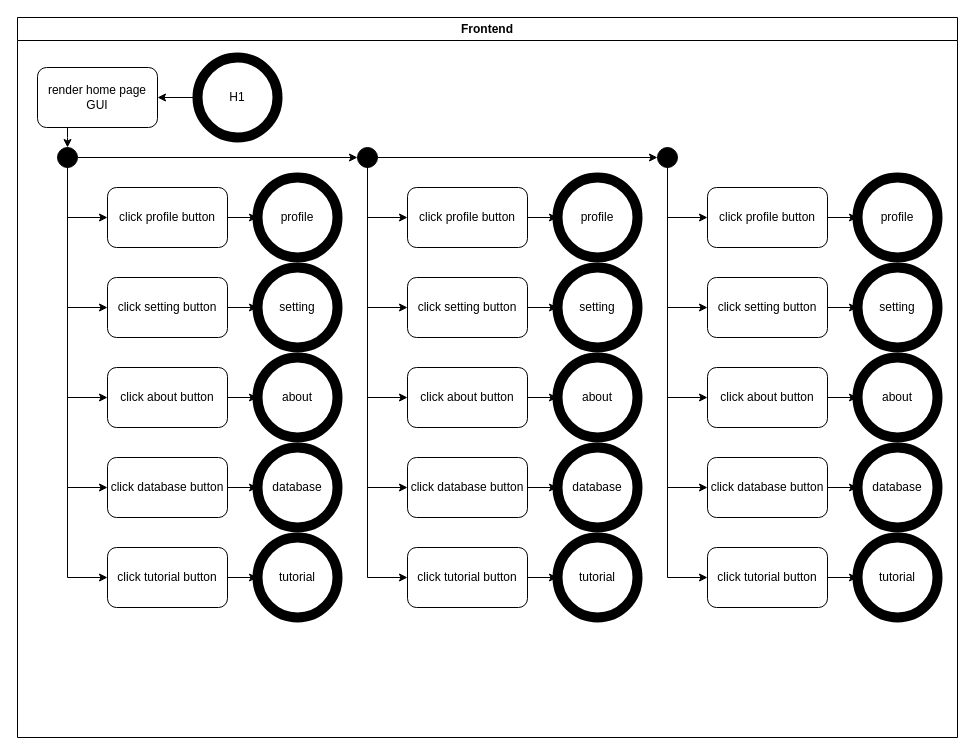
ssszZ-TH/party_fullstack_docker3 keeps this draw.io diagram as page "home 2" (5 of 8) of docs/artifact/ActivityDiagram/activity_diagram.drawio. Above is the earlier version. Source tidied: cells renumbered, new cells numbered last; positions are measured from the earlier drawing's top-left corner, leaving out a move shared by most shapes. Both pictures are drawn from the tidied source at 100%, with x=0, y=0 at pixel (17, 17).
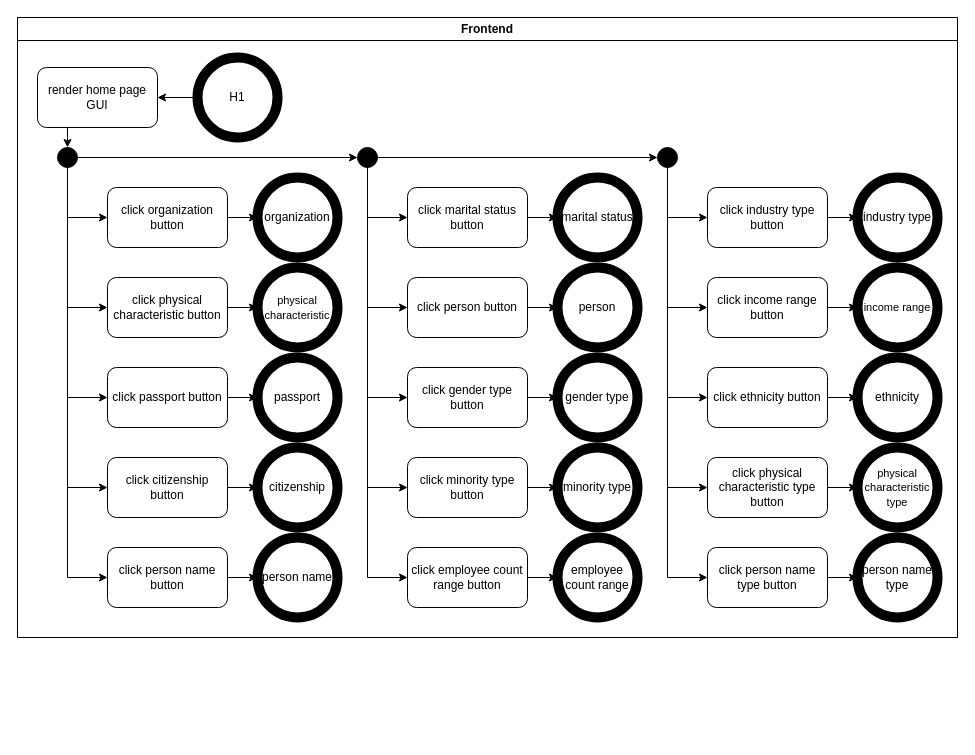
The same diagram, later.

Change to the diagram source:
```diff
@@
     <mxCell id="2" value="Frontend" style="swimlane;whiteSpace=wrap;html=1;" parent="1" vertex="1">
-      <mxGeometry width="940" height="720" as="geometry" />
+      <mxGeometry width="940" height="620" as="geometry" />
     </mxCell>
@@
-    <mxCell id="6" value="click profile button" style="rounded=1;whiteSpace=wrap;html=1;" parent="2" vertex="1">
+    <mxCell id="6" value="click organization button" style="rounded=1;whiteSpace=wrap;html=1;" parent="2" vertex="1">
       <mxGeometry x="90" y="170" width="120" height="60" as="geometry" />
     </mxCell>
@@
-    <mxCell id="8" value="click setting button" style="rounded=1;whiteSpace=wrap;html=1;" parent="2" vertex="1">
+    <mxCell id="8" value="click physical characteristic button" style="rounded=1;whiteSpace=wrap;html=1;" parent="2" vertex="1">
       <mxGeometry x="90" y="260" width="120" height="60" as="geometry" />
     </mxCell>
@@
-    <mxCell id="10" value="click about button" style="rounded=1;whiteSpace=wrap;html=1;" parent="2" vertex="1">
+    <mxCell id="10" value="click passport button" style="rounded=1;whiteSpace=wrap;html=1;" parent="2" vertex="1">
       <mxGeometry x="90" y="350" width="120" height="60" as="geometry" />
     </mxCell>
@@
-    <mxCell id="12" value="click database button" style="rounded=1;whiteSpace=wrap;html=1;" parent="2" vertex="1">
+    <mxCell id="12" value="click citizenship button" style="rounded=1;whiteSpace=wrap;html=1;" parent="2" vertex="1">
       <mxGeometry x="90" y="440" width="120" height="60" as="geometry" />
     </mxCell>
-    <mxCell id="13" value="profile" style="ellipse;whiteSpace=wrap;html=1;strokeWidth=10;" parent="2" vertex="1">
+    <mxCell id="13" value="organization" style="ellipse;whiteSpace=wrap;html=1;strokeWidth=10;" parent="2" vertex="1">
       <mxGeometry x="240" y="160" width="80" height="80" as="geometry" />
     </mxCell>
-    <mxCell id="14" value="setting" style="ellipse;whiteSpace=wrap;html=1;strokeWidth=10;" parent="2" vertex="1">
+    <mxCell id="14" value="&lt;font style=&quot;font-size: 11px;&quot;&gt;physical characteristic&lt;/font&gt;" style="ellipse;whiteSpace=wrap;html=1;strokeWidth=10;" parent="2" vertex="1">
       <mxGeometry x="240" y="250" width="80" height="80" as="geometry" />
     </mxCell>
-    <mxCell id="15" value="about" style="ellipse;whiteSpace=wrap;html=1;strokeWidth=10;" parent="2" vertex="1">
+    <mxCell id="15" value="passport" style="ellipse;whiteSpace=wrap;html=1;strokeWidth=10;" parent="2" vertex="1">
       <mxGeometry x="240" y="340" width="80" height="80" as="geometry" />
     </mxCell>
-    <mxCell id="16" value="database" style="ellipse;whiteSpace=wrap;html=1;strokeWidth=10;" parent="2" vertex="1">
+    <mxCell id="16" value="citizenship" style="ellipse;whiteSpace=wrap;html=1;strokeWidth=10;" parent="2" vertex="1">
       <mxGeometry x="240" y="430" width="80" height="80" as="geometry" />
     </mxCell>
@@
-    <mxCell id="18" value="click tutorial button" style="rounded=1;whiteSpace=wrap;html=1;" parent="2" vertex="1">
+    <mxCell id="18" value="click person name button" style="rounded=1;whiteSpace=wrap;html=1;" parent="2" vertex="1">
       <mxGeometry x="90" y="530" width="120" height="60" as="geometry" />
     </mxCell>
-    <mxCell id="19" value="tutorial" style="ellipse;whiteSpace=wrap;html=1;strokeWidth=10;" parent="2" vertex="1">
+    <mxCell id="19" value="person name" style="ellipse;whiteSpace=wrap;html=1;strokeWidth=10;" parent="2" vertex="1">
       <mxGeometry x="240" y="520" width="80" height="80" as="geometry" />
     </mxCell>
@@
-    <mxCell id="30" value="click profile button" style="rounded=1;whiteSpace=wrap;html=1;" parent="2" vertex="1">
+    <mxCell id="30" value="click marital status button" style="rounded=1;whiteSpace=wrap;html=1;" parent="2" vertex="1">
       <mxGeometry x="390" y="170" width="120" height="60" as="geometry" />
     </mxCell>
@@
-    <mxCell id="32" value="click setting button" style="rounded=1;whiteSpace=wrap;html=1;" parent="2" vertex="1">
+    <mxCell id="32" value="click person button" style="rounded=1;whiteSpace=wrap;html=1;" parent="2" vertex="1">
       <mxGeometry x="390" y="260" width="120" height="60" as="geometry" />
     </mxCell>
@@
-    <mxCell id="34" value="click about button" style="rounded=1;whiteSpace=wrap;html=1;" parent="2" vertex="1">
+    <mxCell id="34" value="click gender type button" style="rounded=1;whiteSpace=wrap;html=1;" parent="2" vertex="1">
       <mxGeometry x="390" y="350" width="120" height="60" as="geometry" />
     </mxCell>
@@
-    <mxCell id="36" value="click database button" style="rounded=1;whiteSpace=wrap;html=1;" parent="2" vertex="1">
+    <mxCell id="36" value="click minority type button" style="rounded=1;whiteSpace=wrap;html=1;" parent="2" vertex="1">
       <mxGeometry x="390" y="440" width="120" height="60" as="geometry" />
     </mxCell>
-    <mxCell id="37" value="profile" style="ellipse;whiteSpace=wrap;html=1;strokeWidth=10;" parent="2" vertex="1">
+    <mxCell id="37" value="marital status" style="ellipse;whiteSpace=wrap;html=1;strokeWidth=10;" parent="2" vertex="1">
       <mxGeometry x="540" y="160" width="80" height="80" as="geometry" />
     </mxCell>
-    <mxCell id="38" value="setting" style="ellipse;whiteSpace=wrap;html=1;strokeWidth=10;" parent="2" vertex="1">
+    <mxCell id="38" value="person" style="ellipse;whiteSpace=wrap;html=1;strokeWidth=10;" parent="2" vertex="1">
       <mxGeometry x="540" y="250" width="80" height="80" as="geometry" />
     </mxCell>
-    <mxCell id="39" value="about" style="ellipse;whiteSpace=wrap;html=1;strokeWidth=10;" parent="2" vertex="1">
+    <mxCell id="39" value="gender type" style="ellipse;whiteSpace=wrap;html=1;strokeWidth=10;" parent="2" vertex="1">
       <mxGeometry x="540" y="340" width="80" height="80" as="geometry" />
     </mxCell>
-    <mxCell id="40" value="database" style="ellipse;whiteSpace=wrap;html=1;strokeWidth=10;" parent="2" vertex="1">
+    <mxCell id="40" value="minority type" style="ellipse;whiteSpace=wrap;html=1;strokeWidth=10;" parent="2" vertex="1">
       <mxGeometry x="540" y="430" width="80" height="80" as="geometry" />
     </mxCell>
@@
-    <mxCell id="42" value="click tutorial button" style="rounded=1;whiteSpace=wrap;html=1;" parent="2" vertex="1">
+    <mxCell id="42" value="click employee count range button" style="rounded=1;whiteSpace=wrap;html=1;" parent="2" vertex="1">
       <mxGeometry x="390" y="530" width="120" height="60" as="geometry" />
     </mxCell>
-    <mxCell id="43" value="tutorial" style="ellipse;whiteSpace=wrap;html=1;strokeWidth=10;" parent="2" vertex="1">
+    <mxCell id="43" value="employee count range" style="ellipse;whiteSpace=wrap;html=1;strokeWidth=10;" parent="2" vertex="1">
       <mxGeometry x="540" y="520" width="80" height="80" as="geometry" />
     </mxCell>
@@
-    <mxCell id="52" value="click profile button" style="rounded=1;whiteSpace=wrap;html=1;" parent="2" vertex="1">
+    <mxCell id="52" value="click industry type button" style="rounded=1;whiteSpace=wrap;html=1;" parent="2" vertex="1">
       <mxGeometry x="690" y="170" width="120" height="60" as="geometry" />
     </mxCell>
@@
-    <mxCell id="54" value="click setting button" style="rounded=1;whiteSpace=wrap;html=1;" parent="2" vertex="1">
+    <mxCell id="54" value="click income range button" style="rounded=1;whiteSpace=wrap;html=1;" parent="2" vertex="1">
       <mxGeometry x="690" y="260" width="120" height="60" as="geometry" />
     </mxCell>
@@
-    <mxCell id="56" value="click about button" style="rounded=1;whiteSpace=wrap;html=1;" parent="2" vertex="1">
+    <mxCell id="56" value="click ethnicity button" style="rounded=1;whiteSpace=wrap;html=1;" parent="2" vertex="1">
       <mxGeometry x="690" y="350" width="120" height="60" as="geometry" />
     </mxCell>
@@
-    <mxCell id="58" value="click database button" style="rounded=1;whiteSpace=wrap;html=1;" parent="2" vertex="1">
+    <mxCell id="58" value="click physical characteristic type button" style="rounded=1;whiteSpace=wrap;html=1;" parent="2" vertex="1">
       <mxGeometry x="690" y="440" width="120" height="60" as="geometry" />
     </mxCell>
-    <mxCell id="59" value="profile" style="ellipse;whiteSpace=wrap;html=1;strokeWidth=10;" parent="2" vertex="1">
+    <mxCell id="59" value="industry type" style="ellipse;whiteSpace=wrap;html=1;strokeWidth=10;" parent="2" vertex="1">
       <mxGeometry x="840" y="160" width="80" height="80" as="geometry" />
     </mxCell>
-    <mxCell id="60" value="setting" style="ellipse;whiteSpace=wrap;html=1;strokeWidth=10;" parent="2" vertex="1">
+    <mxCell id="60" value="&lt;font style=&quot;font-size: 11px;&quot;&gt;income range&lt;/font&gt;" style="ellipse;whiteSpace=wrap;html=1;strokeWidth=10;" parent="2" vertex="1">
       <mxGeometry x="840" y="250" width="80" height="80" as="geometry" />
     </mxCell>
-    <mxCell id="61" value="about" style="ellipse;whiteSpace=wrap;html=1;strokeWidth=10;" parent="2" vertex="1">
+    <mxCell id="61" value="ethnicity" style="ellipse;whiteSpace=wrap;html=1;strokeWidth=10;" parent="2" vertex="1">
       <mxGeometry x="840" y="340" width="80" height="80" as="geometry" />
     </mxCell>
-    <mxCell id="62" value="database" style="ellipse;whiteSpace=wrap;html=1;strokeWidth=10;" parent="2" vertex="1">
+    <mxCell id="62" value="&lt;font style=&quot;font-size: 11px;&quot;&gt;physical characteristic type&lt;/font&gt;" style="ellipse;whiteSpace=wrap;html=1;strokeWidth=10;" parent="2" vertex="1">
       <mxGeometry x="840" y="430" width="80" height="80" as="geometry" />
     </mxCell>
@@
-    <mxCell id="64" value="click tutorial button" style="rounded=1;whiteSpace=wrap;html=1;" parent="2" vertex="1">
+    <mxCell id="64" value="click person name type button" style="rounded=1;whiteSpace=wrap;html=1;" parent="2" vertex="1">
       <mxGeometry x="690" y="530" width="120" height="60" as="geometry" />
     </mxCell>
-    <mxCell id="65" value="tutorial" style="ellipse;whiteSpace=wrap;html=1;strokeWidth=10;" parent="2" vertex="1">
+    <mxCell id="65" value="person name type" style="ellipse;whiteSpace=wrap;html=1;strokeWidth=10;" parent="2" vertex="1">
       <mxGeometry x="840" y="520" width="80" height="80" as="geometry" />
     </mxCell>
```
